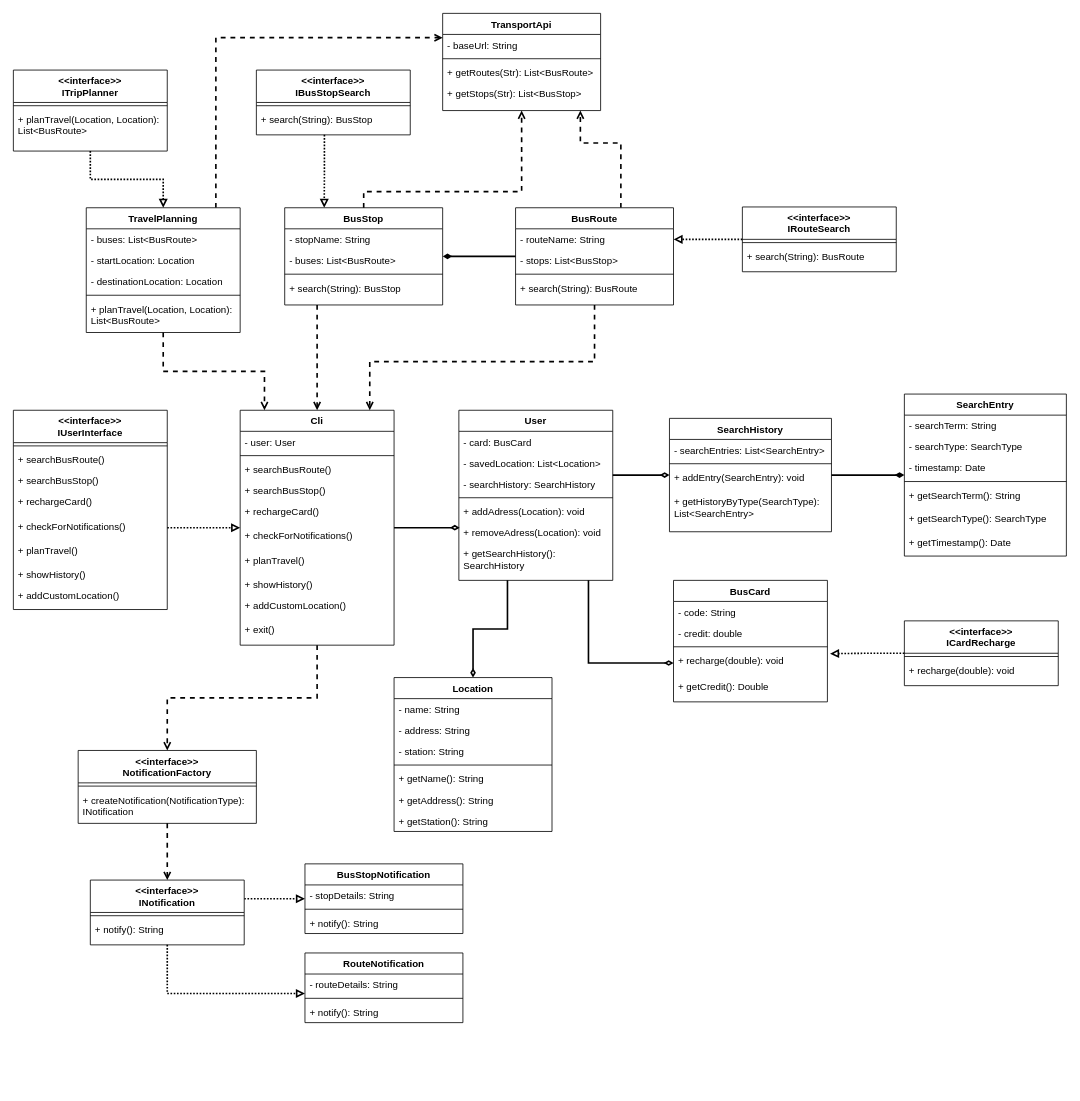
This is page "Class" (2 of 3) of diagrams.drawio from ProyectoFinalSoftwareModeling/SmartCommute, a draw.io file, before an edit. Source tidied: cells renumbered, new cells numbered last; positions are measured from the earlier drawing's top-left corner, leaving out a move shared by most shapes. Both pictures are drawn from the tidied source at 81%, with x=0, y=0 at pixel (13, 13).
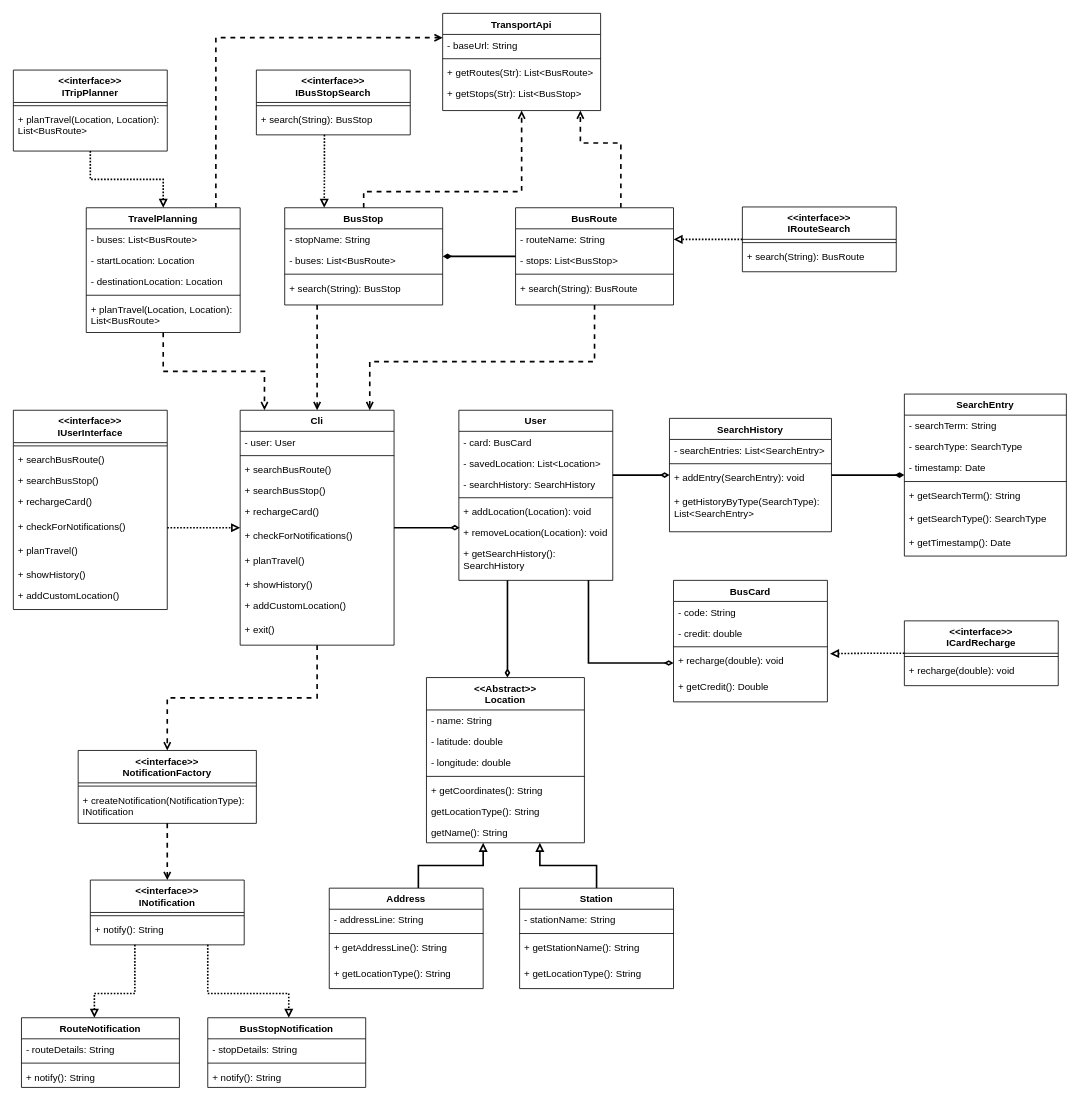
The same diagram, later.

The change refers to these unchanged cells:
```xml
<mxCell id="4" value="User" style="swimlane;fontStyle=1;align=center;verticalAlign=top;horizontal=1;startSize=26;rounded=0;shadow=0;strokeWidth=1;" parent="1" vertex="1">
  <mxGeometry x="550" y="490" width="190" height="210" as="geometry" />
</mxCell>
<mxCell id="82" value="&lt;&lt;interface&gt;&gt;&#10;INotification" style="swimlane;fontStyle=1;align=center;verticalAlign=top;horizontal=1;startSize=40;rounded=0;shadow=0;strokeWidth=1;" parent="1" vertex="1">
  <mxGeometry x="95" y="1070" width="190" height="80" as="geometry" />
</mxCell>
```

Change to the diagram source:
```diff
@@
-    <mxCell id="3" style="edgeStyle=orthogonalEdgeStyle;rounded=0;jettySize=auto;html=1;entryX=0.5;entryY=0;entryDx=0;entryDy=0;endArrow=diamondThin;endFill=0;strokeWidth=2;" parent="1" edge="1" source="4" target="106">
+    <mxCell id="3" style="edgeStyle=orthogonalEdgeStyle;rounded=0;jettySize=auto;html=1;endArrow=diamondThin;endFill=0;strokeWidth=2;" parent="1" edge="1" source="4" target="106">
       <mxGeometry relative="1" as="geometry">
         <Array as="points">
-          <mxPoint x="610" y="760" />
-          <mxPoint x="567" y="760" />
+          <mxPoint x="610" y="800" />
+          <mxPoint x="610" y="800" />
         </Array>
       </mxGeometry>
     </mxCell>
@@
-    <mxCell id="9" value="+ addAdress(Location): void" style="text;align=left;verticalAlign=top;spacingLeft=4;spacingRight=4;overflow=hidden;" parent="4" vertex="1">
+    <mxCell id="9" value="+ addLocation(Location): void" style="text;align=left;verticalAlign=top;spacingLeft=4;spacingRight=4;overflow=hidden;" parent="4" vertex="1">
       <mxGeometry y="112" width="190" height="26" as="geometry" />
     </mxCell>
-    <mxCell id="10" value="+ removeAdress(Location): void" style="text;align=left;verticalAlign=top;spacingLeft=4;spacingRight=4;overflow=hidden;points=[[0,0.5],[1,0.5]];portConstraint=eastwest;" parent="4" vertex="1">
+    <mxCell id="10" value="+ removeLocation(Location): void" style="text;align=left;verticalAlign=top;spacingLeft=4;spacingRight=4;overflow=hidden;points=[[0,0.5],[1,0.5]];portConstraint=eastwest;" parent="4" vertex="1">
       <mxGeometry y="138" width="190" height="26" as="geometry" />
     </mxCell>
@@
     <mxCell id="80" style="edgeStyle=orthogonalEdgeStyle;rounded=0;jettySize=auto;html=1;endArrow=block;endFill=0;dashed=1;dashPattern=1 1;strokeWidth=2;" parent="1" edge="1" source="82" target="85">
       <mxGeometry relative="1" as="geometry">
         <Array as="points">
-          <mxPoint x="190" y="1210" />
+          <mxPoint x="150" y="1210" />
+          <mxPoint x="100" y="1210" />
         </Array>
       </mxGeometry>
     </mxCell>
     <mxCell id="81" style="edgeStyle=orthogonalEdgeStyle;rounded=0;jettySize=auto;html=1;dashed=1;dashPattern=1 1;endArrow=block;endFill=0;strokeWidth=2;" parent="1" edge="1" source="82" target="89">
       <mxGeometry relative="1" as="geometry">
         <Array as="points">
-          <mxPoint x="300" y="1093" />
-          <mxPoint x="300" y="1093" />
+          <mxPoint x="240" y="1210" />
+          <mxPoint x="340" y="1210" />
         </Array>
       </mxGeometry>
     </mxCell>
@@
     <mxCell id="85" value="RouteNotification" style="swimlane;fontStyle=1;align=center;verticalAlign=top;horizontal=1;startSize=26;rounded=0;shadow=0;strokeWidth=1;" parent="1" vertex="1">
-      <mxGeometry x="360" y="1160" width="195" height="86" as="geometry" />
+      <mxGeometry x="10" y="1240" width="195" height="86" as="geometry" />
     </mxCell>
@@
     <mxCell id="89" value="BusStopNotification" style="swimlane;fontStyle=1;align=center;verticalAlign=top;horizontal=1;startSize=26;rounded=0;shadow=0;strokeWidth=1;" parent="1" vertex="1">
-      <mxGeometry x="360" y="1050" width="195" height="86" as="geometry" />
+      <mxGeometry x="240" y="1240" width="195" height="86" as="geometry" />
     </mxCell>
@@
-    <mxCell id="106" value="Location" style="swimlane;fontStyle=1;align=center;verticalAlign=top;horizontal=1;startSize=26;rounded=0;shadow=0;strokeWidth=1;" parent="1" vertex="1">
-      <mxGeometry x="470" y="820" width="195" height="190" as="geometry" />
+    <mxCell id="106" value="&lt;&lt;Abstract&gt;&gt;&#10;Location" style="swimlane;fontStyle=1;align=center;verticalAlign=top;horizontal=1;startSize=40;rounded=0;shadow=0;strokeWidth=1;" parent="1" vertex="1">
+      <mxGeometry x="510" y="820" width="195" height="204" as="geometry" />
     </mxCell>
+    <mxCell id="125" value="- name: String" style="text;align=left;verticalAlign=top;spacingLeft=4;spacingRight=4;overflow=hidden;rounded=0;shadow=0;html=0;" parent="106" vertex="1">
+      <mxGeometry y="40" width="195" height="26" as="geometry" />
+    </mxCell>
-    <mxCell id="107" value="- name: String" style="text;align=left;verticalAlign=top;spacingLeft=4;spacingRight=4;overflow=hidden;rounded=0;shadow=0;html=0;" parent="106" vertex="1">
-      <mxGeometry y="26" width="195" height="26" as="geometry" />
+    <mxCell id="107" value="- latitude: double" style="text;align=left;verticalAlign=top;spacingLeft=4;spacingRight=4;overflow=hidden;rounded=0;shadow=0;html=0;" parent="106" vertex="1">
+      <mxGeometry y="66" width="195" height="26" as="geometry" />
     </mxCell>
-    <mxCell id="108" value="- address: String" style="text;align=left;verticalAlign=top;spacingLeft=4;spacingRight=4;overflow=hidden;rounded=0;shadow=0;html=0;" parent="106" vertex="1">
-      <mxGeometry y="52" width="195" height="26" as="geometry" />
+    <mxCell id="108" value="- longitude: double" style="text;align=left;verticalAlign=top;spacingLeft=4;spacingRight=4;overflow=hidden;rounded=0;shadow=0;html=0;" parent="106" vertex="1">
+      <mxGeometry y="92" width="195" height="26" as="geometry" />
     </mxCell>
-    <mxCell id="109" value="- station: String" style="text;align=left;verticalAlign=top;spacingLeft=4;spacingRight=4;overflow=hidden;rounded=0;shadow=0;html=0;" parent="106" vertex="1">
-      <mxGeometry y="78" width="195" height="26" as="geometry" />
-    </mxCell>
     <mxCell id="110" style="line;html=1;strokeWidth=1;align=left;verticalAlign=middle;spacingTop=-1;spacingLeft=3;spacingRight=3;labelPosition=right;" parent="106" vertex="1">
-      <mxGeometry y="104" width="195" height="8" as="geometry" />
+      <mxGeometry y="118" width="195" height="8" as="geometry" />
     </mxCell>
-    <mxCell id="111" value="+ getName(): String" style="text;align=left;verticalAlign=top;spacingLeft=4;spacingRight=4;overflow=hidden;rounded=0;shadow=0;html=0;" parent="106" vertex="1">
-      <mxGeometry y="112" width="195" height="26" as="geometry" />
+    <mxCell id="111" value="+ getCoordinates(): String" style="text;align=left;verticalAlign=top;spacingLeft=4;spacingRight=4;overflow=hidden;rounded=0;shadow=0;html=0;" parent="106" vertex="1">
+      <mxGeometry y="126" width="195" height="26" as="geometry" />
     </mxCell>
-    <mxCell id="112" value="+ getAddress(): String" style="text;align=left;verticalAlign=top;spacingLeft=4;spacingRight=4;overflow=hidden;rounded=0;shadow=0;html=0;" parent="106" vertex="1">
-      <mxGeometry y="138" width="195" height="26" as="geometry" />
+    <mxCell id="112" value="getLocationType(): String" style="text;align=left;verticalAlign=top;spacingLeft=4;spacingRight=4;overflow=hidden;rounded=0;shadow=0;html=0;" parent="106" vertex="1">
+      <mxGeometry y="152" width="195" height="26" as="geometry" />
     </mxCell>
-    <mxCell id="113" value="+ getStation(): String" style="text;align=left;verticalAlign=top;spacingLeft=4;spacingRight=4;overflow=hidden;rounded=0;shadow=0;html=0;" parent="106" vertex="1">
-      <mxGeometry y="164" width="195" height="26" as="geometry" />
-    </mxCell>
+    <mxCell id="126" value="getName(): String" style="text;align=left;verticalAlign=top;spacingLeft=4;spacingRight=4;overflow=hidden;rounded=0;shadow=0;html=0;" parent="106" vertex="1">
+      <mxGeometry y="178" width="195" height="26" as="geometry" />
+    </mxCell>
@@
+    <mxCell id="127" style="edgeStyle=orthogonalEdgeStyle;rounded=0;jettySize=auto;html=1;endArrow=block;endFill=0;strokeWidth=2;" parent="1" edge="1" source="128" target="106">
+      <mxGeometry relative="1" as="geometry">
+        <Array as="points">
+          <mxPoint x="500" y="1052" />
+          <mxPoint x="580" y="1052" />
+        </Array>
+      </mxGeometry>
+    </mxCell>
+    <mxCell id="128" value="Address" style="swimlane;fontStyle=1;align=center;verticalAlign=top;horizontal=1;startSize=26;rounded=0;shadow=0;strokeWidth=1;" parent="1" vertex="1">
+      <mxGeometry x="390" y="1080" width="190" height="124" as="geometry" />
+    </mxCell>
+    <mxCell id="129" value="- addressLine: String" style="text;align=left;verticalAlign=top;spacingLeft=4;spacingRight=4;overflow=hidden;rounded=0;shadow=0;html=0;" parent="128" vertex="1">
+      <mxGeometry y="26" width="190" height="26" as="geometry" />
+    </mxCell>
+    <mxCell id="130" style="line;html=1;strokeWidth=1;align=left;verticalAlign=middle;spacingTop=-1;spacingLeft=3;spacingRight=3;labelPosition=right;" parent="128" vertex="1">
+      <mxGeometry y="52" width="190" height="8" as="geometry" />
+    </mxCell>
+    <mxCell id="131" value="+ getAddressLine(): String" style="text;align=left;verticalAlign=top;spacingLeft=4;spacingRight=4;overflow=hidden;" parent="128" vertex="1">
+      <mxGeometry y="60" width="190" height="32" as="geometry" />
+    </mxCell>
+    <mxCell id="132" value="+ getLocationType(): String" style="text;align=left;verticalAlign=top;spacingLeft=4;spacingRight=4;overflow=hidden;" parent="128" vertex="1">
+      <mxGeometry y="92" width="190" height="32" as="geometry" />
+    </mxCell>
+    <mxCell id="133" style="edgeStyle=orthogonalEdgeStyle;rounded=0;jettySize=auto;html=1;endArrow=block;endFill=0;strokeWidth=2;" parent="1" edge="1" source="134" target="106">
+      <mxGeometry relative="1" as="geometry">
+        <Array as="points">
+          <mxPoint x="720" y="1052" />
+          <mxPoint x="650" y="1052" />
+        </Array>
+      </mxGeometry>
+    </mxCell>
+    <mxCell id="134" value="Station" style="swimlane;fontStyle=1;align=center;verticalAlign=top;horizontal=1;startSize=26;rounded=0;shadow=0;strokeWidth=1;" parent="1" vertex="1">
+      <mxGeometry x="625" y="1080" width="190" height="124" as="geometry" />
+    </mxCell>
+    <mxCell id="135" value="- stationName: String" style="text;align=left;verticalAlign=top;spacingLeft=4;spacingRight=4;overflow=hidden;rounded=0;shadow=0;html=0;" parent="134" vertex="1">
+      <mxGeometry y="26" width="190" height="26" as="geometry" />
+    </mxCell>
+    <mxCell id="136" style="line;html=1;strokeWidth=1;align=left;verticalAlign=middle;spacingTop=-1;spacingLeft=3;spacingRight=3;labelPosition=right;" parent="134" vertex="1">
+      <mxGeometry y="52" width="190" height="8" as="geometry" />
+    </mxCell>
+    <mxCell id="137" value="+ getStationName(): String" style="text;align=left;verticalAlign=top;spacingLeft=4;spacingRight=4;overflow=hidden;" parent="134" vertex="1">
+      <mxGeometry y="60" width="190" height="32" as="geometry" />
+    </mxCell>
+    <mxCell id="138" value="+ getLocationType(): String" style="text;align=left;verticalAlign=top;spacingLeft=4;spacingRight=4;overflow=hidden;" parent="134" vertex="1">
+      <mxGeometry y="92" width="190" height="32" as="geometry" />
+    </mxCell>
```
